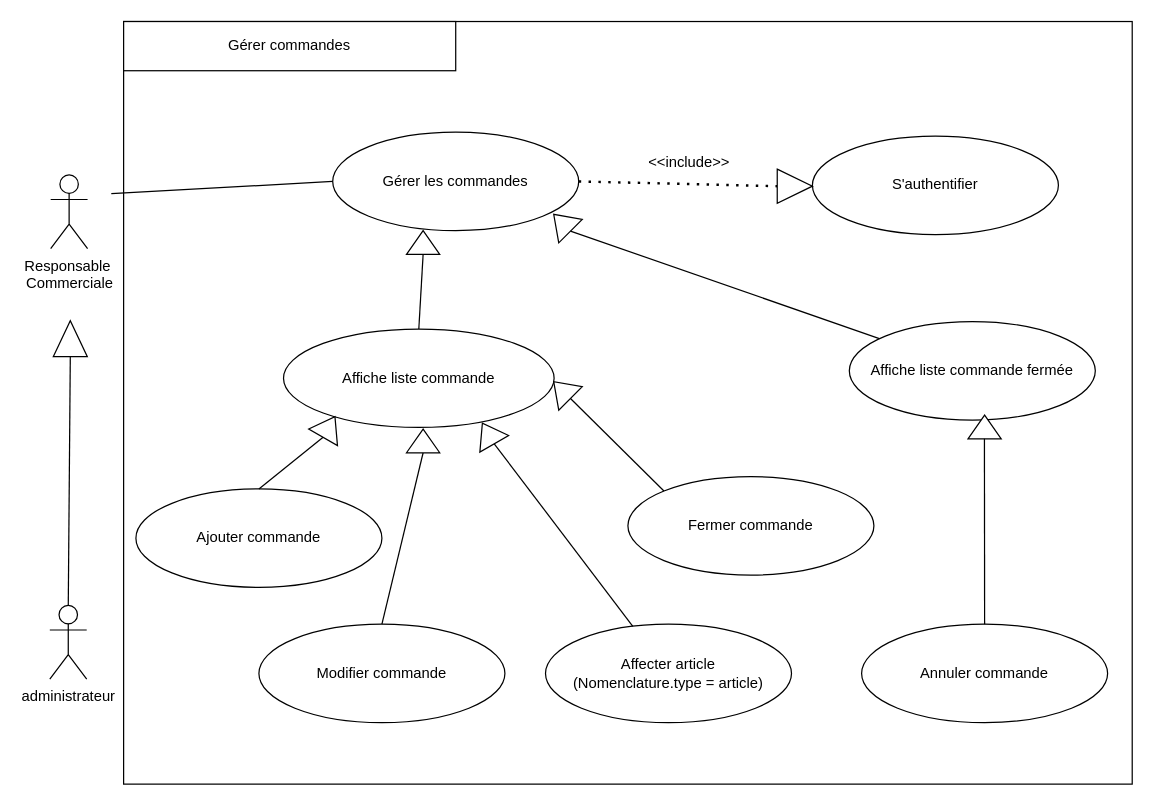
The draw.io diagram cuGérerCommandes.drawio in AbdelazizBs/GPAO-SpringApp, before the edit. Source tidied: cells renumbered, new cells numbered last; positions are measured from the earlier drawing's top-left corner, leaving out a move shared by most shapes. Both pictures are drawn from the tidied source at 123%, with x=0, y=0 at pixel (49, 21).
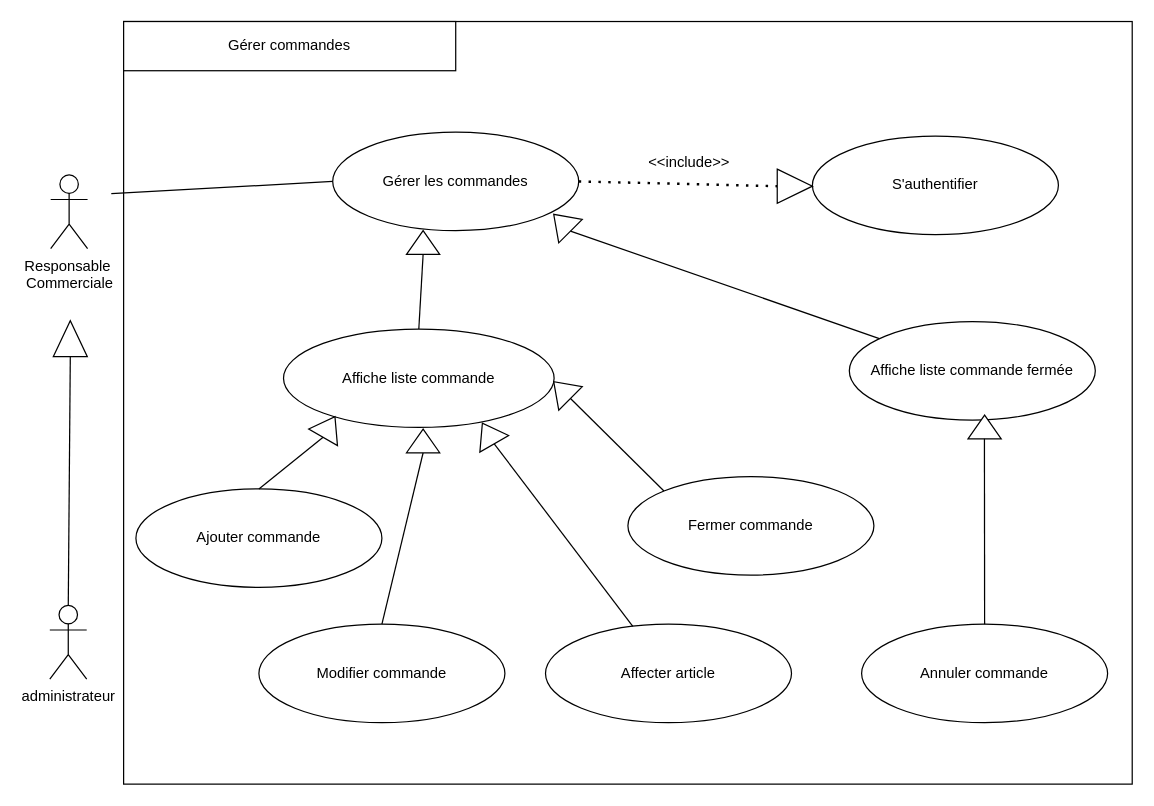
Above is the later version.

Commit message (it also covers changes not shown here):
Mettre à jour cuGérerCommandes.drawio

Diff of the diagram source:
```diff
@@
-    <mxCell id="30" value="Affecter article &lt;br&gt;(Nomenclature.type = article)" style="ellipse;whiteSpace=wrap;html=1;" parent="1" vertex="1">
+    <mxCell id="30" value="Affecter article" style="ellipse;whiteSpace=wrap;html=1;" parent="1" vertex="1">
       <mxGeometry x="403" y="490" width="200" height="80" as="geometry" />
     </mxCell>
```
